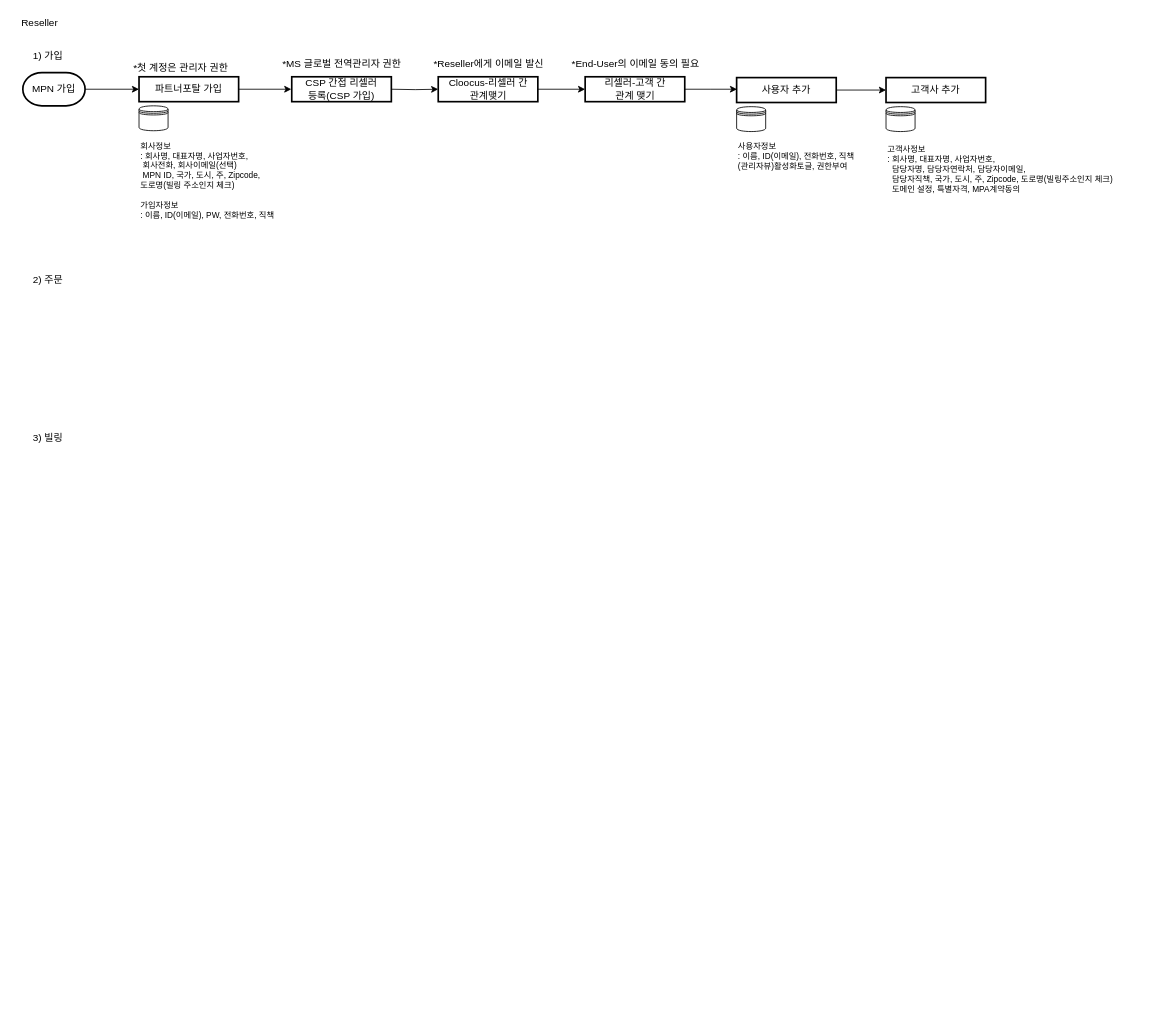
Above: 상품 별 Flow.drawio in Lucidhomme/TIL (draw.io), before the change. Source tidied: cells renumbered, new cells numbered last; positions are measured from the earlier drawing's top-left corner, leaving out a move shared by most shapes. Both pictures are drawn from the tidied source at 83%, with x=0, y=0 at pixel (14, 14).
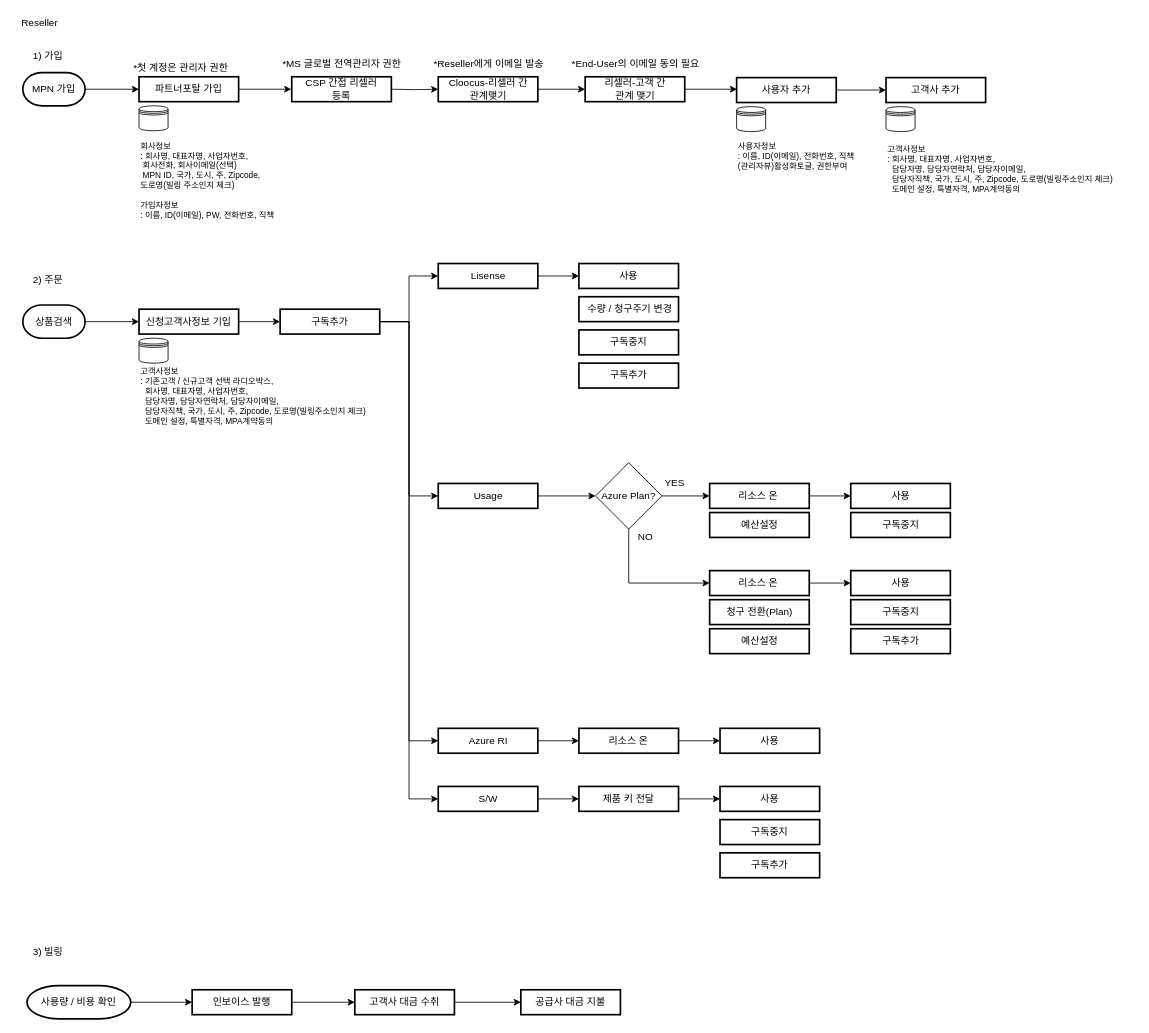
The same page after the edit.

What changed in the source:
```diff
@@
     <mxCell id="5" value="3) 빌링" style="text;html=1;align=center;verticalAlign=middle;fillColor=none;strokeColor=none;rounded=0;" parent="1" vertex="1">
-      <mxGeometry x="15" y="500" width="50" height="20" as="geometry" />
+      <mxGeometry x="15" y="1120" width="50" height="20" as="geometry" />
     </mxCell>
@@
-    <mxCell id="16" value="CSP 간접 리셀러&lt;br&gt;등록(CSP 가입)" style="whiteSpace=wrap;html=1;strokeWidth=2;" parent="1" vertex="1">
+    <mxCell id="16" value="CSP 간접 리셀러&lt;br&gt;등록" style="whiteSpace=wrap;html=1;strokeWidth=2;" parent="1" vertex="1">
       <mxGeometry x="334" y="75" width="120" height="30" as="geometry" />
     </mxCell>
@@
-    <mxCell id="27" value="*Reseller에게 이메일 발신" style="text;html=1;align=center;verticalAlign=middle;fillColor=none;strokeColor=none;rounded=0;" parent="1" vertex="1">
+    <mxCell id="27" value="*Reseller에게 이메일 발송" style="text;html=1;align=center;verticalAlign=middle;fillColor=none;strokeColor=none;rounded=0;" parent="1" vertex="1">
       <mxGeometry x="495.5" y="50" width="150" height="20" as="geometry" />
     </mxCell>
@@
+    <mxCell id="29" style="edgeStyle=orthogonalEdgeStyle;rounded=0;jettySize=auto;html=1;entryX=0;entryY=0.5;entryDx=0;entryDy=0;" parent="1" edge="1" source="30" target="32">
+      <mxGeometry relative="1" as="geometry" />
+    </mxCell>
+    <mxCell id="30" value="상품검색" style="strokeWidth=2;html=1;shape=mxgraph.flowchart.terminator;whiteSpace=wrap;" parent="1" vertex="1">
+      <mxGeometry x="10" y="350" width="75" height="40" as="geometry" />
+    </mxCell>
+    <mxCell id="31" style="edgeStyle=orthogonalEdgeStyle;rounded=0;jettySize=auto;html=1;" parent="1" edge="1" source="32" target="37">
+      <mxGeometry relative="1" as="geometry" />
+    </mxCell>
+    <mxCell id="32" value="신청고객사정보 기입" style="whiteSpace=wrap;html=1;strokeWidth=2;" parent="1" vertex="1">
+      <mxGeometry x="150" y="355" width="120" height="30" as="geometry" />
+    </mxCell>
+    <mxCell id="33" style="edgeStyle=orthogonalEdgeStyle;rounded=0;jettySize=auto;html=1;entryX=0;entryY=0.5;entryDx=0;entryDy=0;" parent="1" edge="1" source="37" target="39">
+      <mxGeometry relative="1" as="geometry" />
+    </mxCell>
+    <mxCell id="34" style="edgeStyle=orthogonalEdgeStyle;rounded=0;jettySize=auto;html=1;entryX=0;entryY=0.5;entryDx=0;entryDy=0;" parent="1" edge="1" source="37" target="41">
+      <mxGeometry relative="1" as="geometry" />
+    </mxCell>
+    <mxCell id="35" style="edgeStyle=orthogonalEdgeStyle;rounded=0;jettySize=auto;html=1;entryX=0;entryY=0.5;entryDx=0;entryDy=0;" parent="1" edge="1" source="37" target="43">
+      <mxGeometry relative="1" as="geometry" />
+    </mxCell>
+    <mxCell id="36" style="edgeStyle=orthogonalEdgeStyle;rounded=0;jettySize=auto;html=1;entryX=0;entryY=0.5;entryDx=0;entryDy=0;" parent="1" edge="1" source="37" target="45">
+      <mxGeometry relative="1" as="geometry" />
+    </mxCell>
+    <mxCell id="37" value="구독추가" style="whiteSpace=wrap;html=1;strokeWidth=2;" parent="1" vertex="1">
+      <mxGeometry x="320" y="355" width="120" height="30" as="geometry" />
+    </mxCell>
+    <mxCell id="38" style="edgeStyle=orthogonalEdgeStyle;rounded=0;jettySize=auto;html=1;entryX=0;entryY=0.5;entryDx=0;entryDy=0;" parent="1" edge="1" source="39" target="48">
+      <mxGeometry relative="1" as="geometry" />
+    </mxCell>
+    <mxCell id="39" value="Lisense" style="whiteSpace=wrap;html=1;strokeWidth=2;" parent="1" vertex="1">
+      <mxGeometry x="510.5" y="300" width="120" height="30" as="geometry" />
+    </mxCell>
+    <mxCell id="40" style="edgeStyle=orthogonalEdgeStyle;rounded=0;jettySize=auto;html=1;entryX=0;entryY=0.5;entryDx=0;entryDy=0;" parent="1" edge="1" source="41" target="57">
+      <mxGeometry relative="1" as="geometry" />
+    </mxCell>
+    <mxCell id="41" value="Usage" style="whiteSpace=wrap;html=1;strokeWidth=2;" parent="1" vertex="1">
+      <mxGeometry x="510.5" y="565" width="120" height="30" as="geometry" />
+    </mxCell>
+    <mxCell id="42" style="edgeStyle=orthogonalEdgeStyle;rounded=0;jettySize=auto;html=1;" parent="1" edge="1" source="43" target="69">
+      <mxGeometry relative="1" as="geometry" />
+    </mxCell>
+    <mxCell id="43" value="Azure RI" style="whiteSpace=wrap;html=1;strokeWidth=2;" parent="1" vertex="1">
+      <mxGeometry x="510.5" y="860" width="120" height="30" as="geometry" />
+    </mxCell>
+    <mxCell id="44" style="edgeStyle=orthogonalEdgeStyle;rounded=0;jettySize=auto;html=1;entryX=0;entryY=0.5;entryDx=0;entryDy=0;" parent="1" edge="1" source="45" target="75">
+      <mxGeometry relative="1" as="geometry" />
+    </mxCell>
+    <mxCell id="45" value="S/W" style="whiteSpace=wrap;html=1;strokeWidth=2;" parent="1" vertex="1">
+      <mxGeometry x="510.5" y="930" width="120" height="30" as="geometry" />
+    </mxCell>
+    <mxCell id="46" value="&amp;nbsp;수량 / 청구주기 변경" style="whiteSpace=wrap;html=1;strokeWidth=2;" parent="1" vertex="1">
+      <mxGeometry x="680" y="340" width="120" height="30" as="geometry" />
+    </mxCell>
+    <mxCell id="47" value="구독중지" style="whiteSpace=wrap;html=1;strokeWidth=2;" parent="1" vertex="1">
+      <mxGeometry x="680" y="380" width="120" height="30" as="geometry" />
+    </mxCell>
+    <mxCell id="48" value="사용" style="whiteSpace=wrap;html=1;strokeWidth=2;" parent="1" vertex="1">
+      <mxGeometry x="680" y="300" width="120" height="30" as="geometry" />
+    </mxCell>
+    <mxCell id="49" value="구독중지" style="whiteSpace=wrap;html=1;strokeWidth=2;" parent="1" vertex="1">
+      <mxGeometry x="1007.5" y="600" width="120" height="30" as="geometry" />
+    </mxCell>
+    <mxCell id="50" value="청구 전환(Plan)" style="whiteSpace=wrap;html=1;strokeWidth=2;" parent="1" vertex="1">
+      <mxGeometry x="837.5" y="705" width="120" height="30" as="geometry" />
+    </mxCell>
+    <mxCell id="51" style="edgeStyle=orthogonalEdgeStyle;rounded=0;jettySize=auto;html=1;entryX=0;entryY=0.5;entryDx=0;entryDy=0;" parent="1" edge="1" source="52" target="58">
+      <mxGeometry relative="1" as="geometry" />
+    </mxCell>
+    <mxCell id="52" value="리소스 온&amp;nbsp;" style="whiteSpace=wrap;html=1;strokeWidth=2;" parent="1" vertex="1">
+      <mxGeometry x="837.5" y="565" width="120" height="30" as="geometry" />
+    </mxCell>
+    <mxCell id="53" value="구독추가" style="whiteSpace=wrap;html=1;strokeWidth=2;" parent="1" vertex="1">
+      <mxGeometry x="680" y="420" width="120" height="30" as="geometry" />
+    </mxCell>
+    <mxCell id="54" value="&lt;span&gt;고객사정보&lt;/span&gt;&lt;br&gt;&lt;div style=&quot;font-size: 10px&quot;&gt;&lt;span style=&quot;font-size: 10px&quot;&gt;: 기존고객 / 신규고객 선택 라디오박스,&lt;/span&gt;&lt;/div&gt;&lt;div style=&quot;font-size: 10px&quot;&gt;&lt;span style=&quot;font-size: 10px&quot;&gt;&amp;nbsp; 회사명, 대표자명, 사업자번호,&lt;br&gt;&lt;/span&gt;&lt;/div&gt;&lt;div style=&quot;font-size: 10px&quot;&gt;&lt;span style=&quot;font-size: 10px&quot;&gt;&amp;nbsp; 담당자명, 담당자연락처, 담당자이메일,&lt;/span&gt;&lt;/div&gt;&lt;div style=&quot;font-size: 10px&quot;&gt;&lt;span style=&quot;font-size: 10px&quot;&gt;&amp;nbsp; 담당자직책,&amp;nbsp;&lt;/span&gt;&lt;span&gt;국가, 도시, 주, Zipcode, 도로명(빌링주소인지 체크)&lt;/span&gt;&lt;/div&gt;&lt;div style=&quot;font-size: 10px&quot;&gt;&lt;span style=&quot;font-size: 10px&quot;&gt;&amp;nbsp; 도메인 설정, 특별자격, MPA계약동의&lt;/span&gt;&lt;/div&gt;" style="text;html=1;align=left;verticalAlign=middle;fillColor=none;strokeColor=none;rounded=0;fontSize=10;" parent="1" vertex="1">
+      <mxGeometry x="150" y="420" width="300" height="80" as="geometry" />
+    </mxCell>
+    <mxCell id="55" style="edgeStyle=orthogonalEdgeStyle;rounded=0;jettySize=auto;html=1;entryX=0;entryY=0.5;entryDx=0;entryDy=0;" parent="1" edge="1" source="57" target="52">
+      <mxGeometry relative="1" as="geometry" />
+    </mxCell>
+    <mxCell id="56" style="edgeStyle=orthogonalEdgeStyle;rounded=0;jettySize=auto;html=1;entryX=0;entryY=0.5;entryDx=0;entryDy=0;" parent="1" edge="1" source="57" target="63">
+      <mxGeometry relative="1" as="geometry">
+        <Array as="points">
+          <mxPoint x="740" y="685" />
+        </Array>
+      </mxGeometry>
+    </mxCell>
+    <mxCell id="57" value="Azure Plan?" style="rhombus;whiteSpace=wrap;html=1;" parent="1" vertex="1">
+      <mxGeometry x="700" y="540" width="80" height="80" as="geometry" />
+    </mxCell>
+    <mxCell id="58" value="사용" style="whiteSpace=wrap;html=1;strokeWidth=2;" parent="1" vertex="1">
+      <mxGeometry x="1007.5" y="565" width="120" height="30" as="geometry" />
+    </mxCell>
+    <mxCell id="59" value="YES" style="text;html=1;align=center;verticalAlign=middle;fillColor=none;strokeColor=none;rounded=0;" parent="1" vertex="1">
+      <mxGeometry x="775" y="555" width="40" height="20" as="geometry" />
+    </mxCell>
+    <mxCell id="60" value="NO" style="text;html=1;align=center;verticalAlign=middle;fillColor=none;strokeColor=none;rounded=0;" parent="1" vertex="1">
+      <mxGeometry x="745" y="620" width="30" height="20" as="geometry" />
+    </mxCell>
+    <mxCell id="61" value="예산설정" style="whiteSpace=wrap;html=1;strokeWidth=2;" parent="1" vertex="1">
+      <mxGeometry x="837.5" y="600" width="120" height="30" as="geometry" />
+    </mxCell>
+    <mxCell id="62" style="edgeStyle=orthogonalEdgeStyle;rounded=0;jettySize=auto;html=1;" parent="1" edge="1" source="63" target="66">
+      <mxGeometry relative="1" as="geometry" />
+    </mxCell>
+    <mxCell id="63" value="리소스 온&amp;nbsp;" style="whiteSpace=wrap;html=1;strokeWidth=2;" parent="1" vertex="1">
+      <mxGeometry x="837.5" y="670" width="120" height="30" as="geometry" />
+    </mxCell>
+    <mxCell id="64" value="예산설정" style="whiteSpace=wrap;html=1;strokeWidth=2;" parent="1" vertex="1">
+      <mxGeometry x="837.5" y="740" width="120" height="30" as="geometry" />
+    </mxCell>
+    <mxCell id="65" value="구독중지" style="whiteSpace=wrap;html=1;strokeWidth=2;" parent="1" vertex="1">
+      <mxGeometry x="1007.5" y="705" width="120" height="30" as="geometry" />
+    </mxCell>
+    <mxCell id="66" value="사용" style="whiteSpace=wrap;html=1;strokeWidth=2;" parent="1" vertex="1">
+      <mxGeometry x="1007.5" y="670" width="120" height="30" as="geometry" />
+    </mxCell>
+    <mxCell id="67" value="구독추가" style="whiteSpace=wrap;html=1;strokeWidth=2;" parent="1" vertex="1">
+      <mxGeometry x="1007.5" y="740" width="120" height="30" as="geometry" />
+    </mxCell>
+    <mxCell id="68" style="edgeStyle=orthogonalEdgeStyle;rounded=0;jettySize=auto;html=1;" parent="1" edge="1" source="69" target="70">
+      <mxGeometry relative="1" as="geometry" />
+    </mxCell>
+    <mxCell id="69" value="리소스 온" style="whiteSpace=wrap;html=1;strokeWidth=2;" parent="1" vertex="1">
+      <mxGeometry x="680" y="860" width="120" height="30" as="geometry" />
+    </mxCell>
+    <mxCell id="70" value="사용" style="whiteSpace=wrap;html=1;strokeWidth=2;" parent="1" vertex="1">
+      <mxGeometry x="850" y="860" width="120" height="30" as="geometry" />
+    </mxCell>
+    <mxCell id="71" value="구독중지" style="whiteSpace=wrap;html=1;strokeWidth=2;" parent="1" vertex="1">
+      <mxGeometry x="850" y="970" width="120" height="30" as="geometry" />
+    </mxCell>
+    <mxCell id="72" value="사용" style="whiteSpace=wrap;html=1;strokeWidth=2;" parent="1" vertex="1">
+      <mxGeometry x="850" y="930" width="120" height="30" as="geometry" />
+    </mxCell>
+    <mxCell id="73" value="구독추가" style="whiteSpace=wrap;html=1;strokeWidth=2;" parent="1" vertex="1">
+      <mxGeometry x="850" y="1010" width="120" height="30" as="geometry" />
+    </mxCell>
+    <mxCell id="74" style="edgeStyle=orthogonalEdgeStyle;rounded=0;jettySize=auto;html=1;entryX=0;entryY=0.5;entryDx=0;entryDy=0;" parent="1" edge="1" source="75" target="72">
+      <mxGeometry relative="1" as="geometry" />
+    </mxCell>
+    <mxCell id="75" value="제품 키 전달" style="whiteSpace=wrap;html=1;strokeWidth=2;" parent="1" vertex="1">
+      <mxGeometry x="680" y="930" width="120" height="30" as="geometry" />
+    </mxCell>
+    <mxCell id="76" style="shape=datastore;whiteSpace=wrap;html=1;" parent="1" vertex="1">
+      <mxGeometry x="150" y="390" width="35" height="30" as="geometry" />
+    </mxCell>
+    <mxCell id="77" style="edgeStyle=orthogonalEdgeStyle;rounded=0;jettySize=auto;html=1;entryX=0;entryY=0.5;entryDx=0;entryDy=0;" parent="1" edge="1" source="78" target="80">
+      <mxGeometry relative="1" as="geometry" />
+    </mxCell>
+    <mxCell id="78" value="사용량 / 비용 확인" style="strokeWidth=2;html=1;shape=mxgraph.flowchart.terminator;whiteSpace=wrap;" parent="1" vertex="1">
+      <mxGeometry x="15" y="1170" width="125" height="40" as="geometry" />
+    </mxCell>
+    <mxCell id="79" style="edgeStyle=orthogonalEdgeStyle;rounded=0;jettySize=auto;html=1;entryX=0;entryY=0.5;entryDx=0;entryDy=0;" parent="1" edge="1" source="80" target="82">
+      <mxGeometry relative="1" as="geometry" />
+    </mxCell>
+    <mxCell id="80" value="인보이스 발행" style="whiteSpace=wrap;html=1;strokeWidth=2;" parent="1" vertex="1">
+      <mxGeometry x="214" y="1175" width="120" height="30" as="geometry" />
+    </mxCell>
+    <mxCell id="81" style="edgeStyle=orthogonalEdgeStyle;rounded=0;jettySize=auto;html=1;entryX=0;entryY=0.5;entryDx=0;entryDy=0;" parent="1" edge="1" source="82" target="83">
+      <mxGeometry relative="1" as="geometry" />
+    </mxCell>
+    <mxCell id="82" value="고객사 대금 수취" style="whiteSpace=wrap;html=1;strokeWidth=2;" parent="1" vertex="1">
+      <mxGeometry x="410" y="1175" width="120" height="30" as="geometry" />
+    </mxCell>
+    <mxCell id="83" value="공급사 대금 지불" style="whiteSpace=wrap;html=1;strokeWidth=2;" parent="1" vertex="1">
+      <mxGeometry x="610" y="1175" width="120" height="30" as="geometry" />
+    </mxCell>
```
